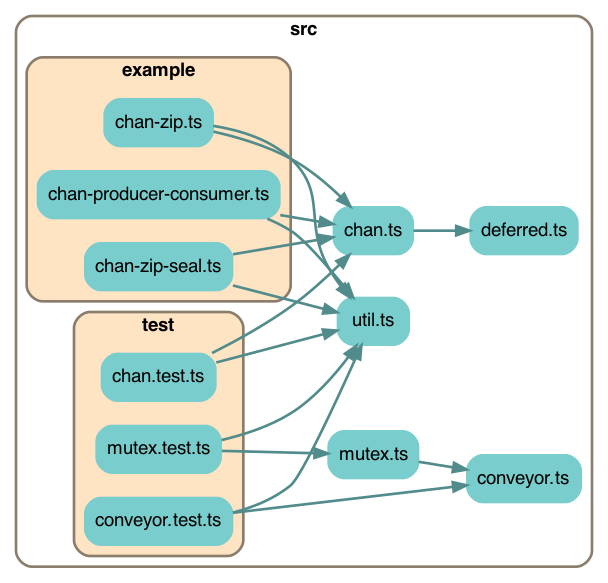
Earlier version of the Graphviz export depchart/depchart-all.png (cinnamon-bun/concurrency-friends). Its source is kept beside it as depchart/depchart-all.dot.
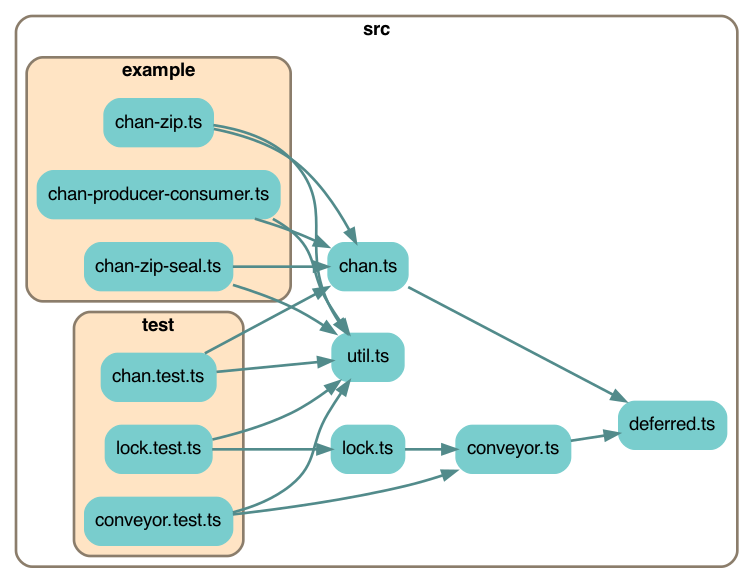
The same file after the commit.

The edit, as a diff of the source:
```diff
@@ -7,7 +7,7 @@
     edge [fontname = "helvetica"];
 
 
-    subgraph cluster1055115927 {
+    subgraph cluster6723605718 {
         label=<<b>src</b>>;
         style="rounded";
         color=bisque4;
@@ -16,10 +16,10 @@
         "src/chan.ts" [label="chan.ts", shape=rectangle; style="rounded,filled"; color=darkslategray3];
         "src/conveyor.ts" [label="conveyor.ts", shape=rectangle; style="rounded,filled"; color=darkslategray3];
         "src/deferred.ts" [label="deferred.ts", shape=rectangle; style="rounded,filled"; color=darkslategray3];
-        "src/mutex.ts" [label="mutex.ts", shape=rectangle; style="rounded,filled"; color=darkslategray3];
+        "src/lock.ts" [label="lock.ts", shape=rectangle; style="rounded,filled"; color=darkslategray3];
         "src/util.ts" [label="util.ts", shape=rectangle; style="rounded,filled"; color=darkslategray3];
 
-        subgraph cluster640717230 {
+        subgraph cluster4794301731 {
             label=<<b>example</b>>;
             style="rounded,filled";
             fillcolor=bisque;
@@ -31,7 +31,7 @@
             "src/example/chan-zip.ts" [label="chan-zip.ts", shape=rectangle; style="rounded,filled"; color=darkslategray3];
         }
 
-        subgraph cluster3159672447 {
+        subgraph cluster1206226089 {
             label=<<b>test</b>>;
             style="rounded,filled";
             fillcolor=bisque;
@@ -40,23 +40,24 @@
 
             "src/test/chan.test.ts" [label="chan.test.ts", shape=rectangle; style="rounded,filled"; color=darkslategray3];
             "src/test/conveyor.test.ts" [label="conveyor.test.ts", shape=rectangle; style="rounded,filled"; color=darkslategray3];
-            "src/test/mutex.test.ts" [label="mutex.test.ts", shape=rectangle; style="rounded,filled"; color=darkslategray3];
+            "src/test/lock.test.ts" [label="lock.test.ts", shape=rectangle; style="rounded,filled"; color=darkslategray3];
         }
     }
 
     "src/chan.ts" -> "src/deferred.ts" [penwidth=2; color=darkslategray4];
+    "src/conveyor.ts" -> "src/deferred.ts" [penwidth=2; color=darkslategray4];
     "src/example/chan-producer-consumer.ts" -> "src/chan.ts" [penwidth=2; color=darkslategray4];
     "src/example/chan-producer-consumer.ts" -> "src/util.ts" [penwidth=2; color=darkslategray4];
     "src/example/chan-zip-seal.ts" -> "src/chan.ts" [penwidth=2; color=darkslategray4];
     "src/example/chan-zip-seal.ts" -> "src/util.ts" [penwidth=2; color=darkslategray4];
     "src/example/chan-zip.ts" -> "src/chan.ts" [penwidth=2; color=darkslategray4];
     "src/example/chan-zip.ts" -> "src/util.ts" [penwidth=2; color=darkslategray4];
-    "src/mutex.ts" -> "src/conveyor.ts" [penwidth=2; color=darkslategray4];
+    "src/lock.ts" -> "src/conveyor.ts" [penwidth=2; color=darkslategray4];
     "src/test/chan.test.ts" -> "src/chan.ts" [penwidth=2; color=darkslategray4];
     "src/test/chan.test.ts" -> "src/util.ts" [penwidth=2; color=darkslategray4];
     "src/test/conveyor.test.ts" -> "src/conveyor.ts" [penwidth=2; color=darkslategray4];
     "src/test/conveyor.test.ts" -> "src/util.ts" [penwidth=2; color=darkslategray4];
-    "src/test/mutex.test.ts" -> "src/mutex.ts" [penwidth=2; color=darkslategray4];
-    "src/test/mutex.test.ts" -> "src/util.ts" [penwidth=2; color=darkslategray4];
+    "src/test/lock.test.ts" -> "src/lock.ts" [penwidth=2; color=darkslategray4];
+    "src/test/lock.test.ts" -> "src/util.ts" [penwidth=2; color=darkslategray4];
 
 }
```
